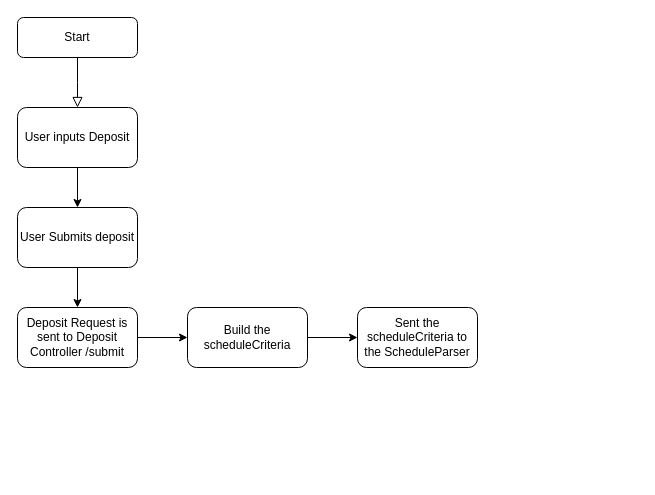
Above: AeroBankApp/DepositProcess.drawio in AKing982/AeroBankApp (draw.io), before the change. Source tidied: cells renumbered, new cells numbered last; positions are measured from the earlier drawing's top-left corner, leaving out a move shared by most shapes. Both pictures are drawn from the tidied source at 100%, with x=0, y=0 at pixel (17, 17).
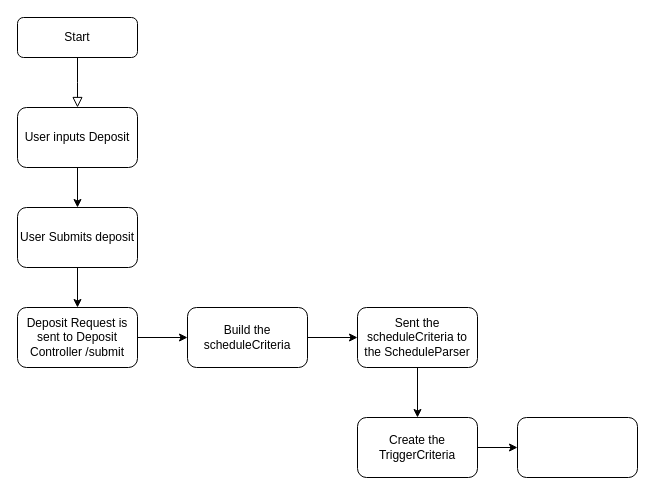
Above is the later version.

Unchanged cells that the change refers to:
```xml
<mxCell id="12" value="Sent the scheduleCriteria to the ScheduleParser" style="rounded=1;whiteSpace=wrap;html=1;" parent="1" vertex="1">
  <mxGeometry x="340" y="290" width="120" height="60" as="geometry" />
</mxCell>
```

What changed in the source:
```diff
@@
+    <mxCell id="13" style="edgeStyle=orthogonalEdgeStyle;rounded=0;jettySize=auto;html=1;" parent="1" edge="1" source="12" target="14">
+      <mxGeometry relative="1" as="geometry" />
+    </mxCell>
@@
+    <mxCell id="14" value="Create the TriggerCriteria" style="rounded=1;whiteSpace=wrap;html=1;" parent="1" vertex="1">
+      <mxGeometry x="340" y="400" width="120" height="60" as="geometry" />
+    </mxCell>
+    <mxCell id="15" style="endArrow=classic;html=1;rounded=0;exitX=1;exitY=0.5;exitDx=0;exitDy=0;" parent="1" edge="1" source="14">
+      <mxGeometry relative="1" as="geometry">
+        <mxPoint x="500" y="430" as="targetPoint" />
+      </mxGeometry>
+    </mxCell>
+    <mxCell id="16" style="rounded=1;whiteSpace=wrap;html=1;" parent="1" vertex="1">
+      <mxGeometry x="500" y="400" width="120" height="60" as="geometry" />
+    </mxCell>
```
